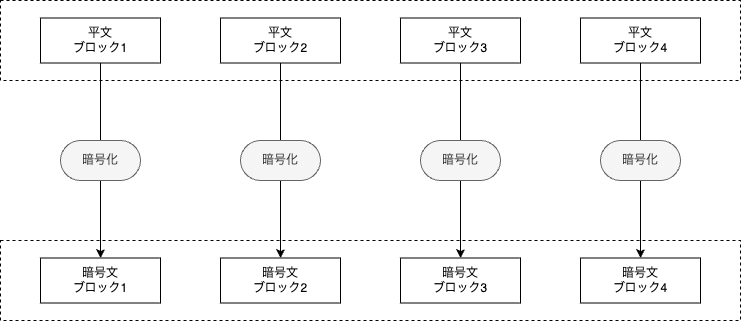
This is block-cipher-mode/ecb/assets/ecb.drawio.png from yamaga-shu/crypt, a draw.io export, as it was before one commit. Source tidied: cells renumbered, new cells last; positions are measured from the earlier drawing's top-left corner, leaving out a move shared by most shapes. Its diagram source:
```xml
<mxGraphModel>
  <root>
    <mxCell id="0" />
    <mxCell id="1" parent="0" />
    <mxCell id="2" style="group;" parent="1" vertex="1">
      <mxGeometry width="740" height="80" as="geometry" />
    </mxCell>
    <mxCell id="3" style="rounded=0;whiteSpace=wrap;html=1;dashed=1;" parent="2" vertex="1">
      <mxGeometry width="740" height="80" as="geometry" />
    </mxCell>
    <mxCell id="4" value="平文&lt;br&gt;ブロック1" style="rounded=0;whiteSpace=wrap;html=1;" parent="2" vertex="1">
      <mxGeometry x="40" y="17.5" width="120" height="45" as="geometry" />
    </mxCell>
    <mxCell id="5" value="平文&lt;br&gt;ブロック2" style="rounded=0;whiteSpace=wrap;html=1;" parent="2" vertex="1">
      <mxGeometry x="220" y="17.5" width="120" height="45" as="geometry" />
    </mxCell>
    <mxCell id="6" value="平文&lt;br&gt;ブロック3" style="rounded=0;whiteSpace=wrap;html=1;" parent="2" vertex="1">
      <mxGeometry x="400" y="17.5" width="120" height="45" as="geometry" />
    </mxCell>
    <mxCell id="7" value="平文&lt;br&gt;ブロック4" style="rounded=0;whiteSpace=wrap;html=1;" parent="2" vertex="1">
      <mxGeometry x="580" y="17.5" width="120" height="45" as="geometry" />
    </mxCell>
    <mxCell id="8" style="group;" parent="1" vertex="1">
      <mxGeometry y="240" width="740" height="80" as="geometry" />
    </mxCell>
    <mxCell id="9" style="rounded=0;whiteSpace=wrap;html=1;dashed=1;" parent="8" vertex="1">
      <mxGeometry width="740" height="80" as="geometry" />
    </mxCell>
    <mxCell id="10" value="暗号文&lt;br&gt;ブロック1" style="rounded=0;whiteSpace=wrap;html=1;" parent="8" vertex="1">
      <mxGeometry x="40" y="17.5" width="120" height="45" as="geometry" />
    </mxCell>
    <mxCell id="11" value="暗号文&lt;br&gt;ブロック2" style="rounded=0;whiteSpace=wrap;html=1;" parent="8" vertex="1">
      <mxGeometry x="220" y="17.5" width="120" height="45" as="geometry" />
    </mxCell>
    <mxCell id="12" value="暗号文&lt;br&gt;ブロック3" style="rounded=0;whiteSpace=wrap;html=1;" parent="8" vertex="1">
      <mxGeometry x="400" y="17.5" width="120" height="45" as="geometry" />
    </mxCell>
    <mxCell id="13" value="暗号文&lt;br&gt;ブロック4" style="rounded=0;whiteSpace=wrap;html=1;" parent="8" vertex="1">
      <mxGeometry x="580" y="17.5" width="120" height="45" as="geometry" />
    </mxCell>
    <mxCell id="14" style="endArrow=classic;html=1;exitX=0.5;exitY=1;exitDx=0;exitDy=0;entryX=0.5;entryY=0;entryDx=0;entryDy=0;" parent="1" edge="1" source="4" target="10">
      <mxGeometry relative="1" as="geometry" />
    </mxCell>
    <mxCell id="15" value="暗号化" style="rounded=1;whiteSpace=wrap;html=1;arcSize=50;absoluteArcSize=0;imageHeight=24;fillColor=#f5f5f5;fontColor=#333333;strokeColor=#666666;" parent="1" vertex="1">
      <mxGeometry x="60" y="140" width="80" height="40" as="geometry" />
    </mxCell>
    <mxCell id="16" style="endArrow=classic;html=1;exitX=0.5;exitY=1;exitDx=0;exitDy=0;entryX=0.5;entryY=0;entryDx=0;entryDy=0;" parent="1" edge="1" source="5" target="11">
      <mxGeometry relative="1" as="geometry" />
    </mxCell>
    <mxCell id="17" style="endArrow=classic;html=1;exitX=0.5;exitY=1;exitDx=0;exitDy=0;entryX=0.5;entryY=0;entryDx=0;entryDy=0;" parent="1" edge="1" source="6" target="12">
      <mxGeometry relative="1" as="geometry" />
    </mxCell>
    <mxCell id="18" style="endArrow=classic;html=1;exitX=0.5;exitY=1;exitDx=0;exitDy=0;" parent="1" edge="1" source="7" target="13">
      <mxGeometry relative="1" as="geometry" />
    </mxCell>
    <mxCell id="19" value="暗号化" style="rounded=1;whiteSpace=wrap;html=1;arcSize=50;absoluteArcSize=0;imageHeight=24;fillColor=#f5f5f5;fontColor=#333333;strokeColor=#666666;" parent="1" vertex="1">
      <mxGeometry x="240" y="140" width="80" height="40" as="geometry" />
    </mxCell>
    <mxCell id="20" value="暗号化" style="rounded=1;whiteSpace=wrap;html=1;arcSize=50;absoluteArcSize=0;imageHeight=24;fillColor=#f5f5f5;fontColor=#333333;strokeColor=#666666;" parent="1" vertex="1">
      <mxGeometry x="420" y="140" width="80" height="40" as="geometry" />
    </mxCell>
    <mxCell id="21" value="暗号化" style="rounded=1;whiteSpace=wrap;html=1;arcSize=50;absoluteArcSize=0;imageHeight=24;fillColor=#f5f5f5;fontColor=#333333;strokeColor=#666666;" parent="1" vertex="1">
      <mxGeometry x="600" y="140" width="80" height="40" as="geometry" />
    </mxCell>
  </root>
</mxGraphModel>
```
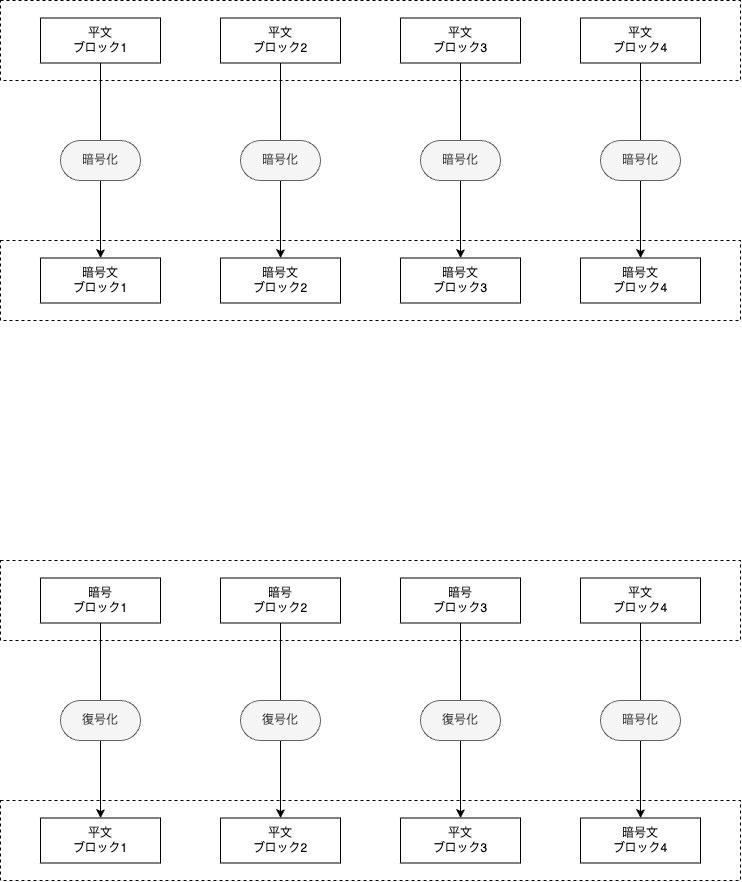
Above is the later version.

Diff of the diagram source:
```diff
@@ -62,5 +62,65 @@
     <mxCell id="21" value="暗号化" style="rounded=1;whiteSpace=wrap;html=1;arcSize=50;absoluteArcSize=0;imageHeight=24;fillColor=#f5f5f5;fontColor=#333333;strokeColor=#666666;" parent="1" vertex="1">
       <mxGeometry x="600" y="140" width="80" height="40" as="geometry" />
     </mxCell>
+    <mxCell id="22" style="group;" parent="1" vertex="1">
+      <mxGeometry y="560" width="740" height="80" as="geometry" />
+    </mxCell>
+    <mxCell id="23" style="rounded=0;whiteSpace=wrap;html=1;dashed=1;" parent="22" vertex="1">
+      <mxGeometry width="740" height="80" as="geometry" />
+    </mxCell>
+    <mxCell id="24" value="暗号&lt;br&gt;ブロック1" style="rounded=0;whiteSpace=wrap;html=1;" parent="22" vertex="1">
+      <mxGeometry x="40" y="17.5" width="120" height="45" as="geometry" />
+    </mxCell>
+    <mxCell id="25" value="暗号&lt;div&gt;ブロック2&lt;/div&gt;" style="rounded=0;whiteSpace=wrap;html=1;" parent="22" vertex="1">
+      <mxGeometry x="220" y="17.5" width="120" height="45" as="geometry" />
+    </mxCell>
+    <mxCell id="26" value="暗号&lt;br&gt;ブロック3" style="rounded=0;whiteSpace=wrap;html=1;" parent="22" vertex="1">
+      <mxGeometry x="400" y="17.5" width="120" height="45" as="geometry" />
+    </mxCell>
+    <mxCell id="27" value="平文&lt;br&gt;ブロック4" style="rounded=0;whiteSpace=wrap;html=1;" parent="22" vertex="1">
+      <mxGeometry x="580" y="17.5" width="120" height="45" as="geometry" />
+    </mxCell>
+    <mxCell id="28" style="group;" parent="1" vertex="1">
+      <mxGeometry y="800" width="740" height="80" as="geometry" />
+    </mxCell>
+    <mxCell id="29" style="rounded=0;whiteSpace=wrap;html=1;dashed=1;" parent="28" vertex="1">
+      <mxGeometry width="740" height="80" as="geometry" />
+    </mxCell>
+    <mxCell id="30" value="平文&lt;br&gt;ブロック1" style="rounded=0;whiteSpace=wrap;html=1;" parent="28" vertex="1">
+      <mxGeometry x="40" y="17.5" width="120" height="45" as="geometry" />
+    </mxCell>
+    <mxCell id="31" value="平文&lt;br&gt;ブロック2" style="rounded=0;whiteSpace=wrap;html=1;" parent="28" vertex="1">
+      <mxGeometry x="220" y="17.5" width="120" height="45" as="geometry" />
+    </mxCell>
+    <mxCell id="32" value="平文&lt;br&gt;ブロック3" style="rounded=0;whiteSpace=wrap;html=1;" parent="28" vertex="1">
+      <mxGeometry x="400" y="17.5" width="120" height="45" as="geometry" />
+    </mxCell>
+    <mxCell id="33" value="暗号文&lt;br&gt;ブロック4" style="rounded=0;whiteSpace=wrap;html=1;" parent="28" vertex="1">
+      <mxGeometry x="580" y="17.5" width="120" height="45" as="geometry" />
+    </mxCell>
+    <mxCell id="34" style="endArrow=classic;html=1;exitX=0.5;exitY=1;exitDx=0;exitDy=0;entryX=0.5;entryY=0;entryDx=0;entryDy=0;" parent="1" edge="1" source="24" target="30">
+      <mxGeometry relative="1" as="geometry" />
+    </mxCell>
+    <mxCell id="35" value="復号化" style="rounded=1;whiteSpace=wrap;html=1;arcSize=50;absoluteArcSize=0;imageHeight=24;fillColor=#f5f5f5;fontColor=#333333;strokeColor=#666666;" parent="1" vertex="1">
+      <mxGeometry x="60" y="700" width="80" height="40" as="geometry" />
+    </mxCell>
+    <mxCell id="36" style="endArrow=classic;html=1;exitX=0.5;exitY=1;exitDx=0;exitDy=0;entryX=0.5;entryY=0;entryDx=0;entryDy=0;" parent="1" edge="1" source="25" target="31">
+      <mxGeometry relative="1" as="geometry" />
+    </mxCell>
+    <mxCell id="37" style="endArrow=classic;html=1;exitX=0.5;exitY=1;exitDx=0;exitDy=0;entryX=0.5;entryY=0;entryDx=0;entryDy=0;" parent="1" edge="1" source="26" target="32">
+      <mxGeometry relative="1" as="geometry" />
+    </mxCell>
+    <mxCell id="38" style="endArrow=classic;html=1;exitX=0.5;exitY=1;exitDx=0;exitDy=0;" parent="1" edge="1" source="27" target="33">
+      <mxGeometry relative="1" as="geometry" />
+    </mxCell>
+    <mxCell id="39" value="復号化" style="rounded=1;whiteSpace=wrap;html=1;arcSize=50;absoluteArcSize=0;imageHeight=24;fillColor=#f5f5f5;fontColor=#333333;strokeColor=#666666;" parent="1" vertex="1">
+      <mxGeometry x="240" y="700" width="80" height="40" as="geometry" />
+    </mxCell>
+    <mxCell id="40" value="復号化" style="rounded=1;whiteSpace=wrap;html=1;arcSize=50;absoluteArcSize=0;imageHeight=24;fillColor=#f5f5f5;fontColor=#333333;strokeColor=#666666;" parent="1" vertex="1">
+      <mxGeometry x="420" y="700" width="80" height="40" as="geometry" />
+    </mxCell>
+    <mxCell id="41" value="暗号化" style="rounded=1;whiteSpace=wrap;html=1;arcSize=50;absoluteArcSize=0;imageHeight=24;fillColor=#f5f5f5;fontColor=#333333;strokeColor=#666666;" parent="1" vertex="1">
+      <mxGeometry x="600" y="700" width="80" height="40" as="geometry" />
+    </mxCell>
   </root>
 </mxGraphModel>
```
